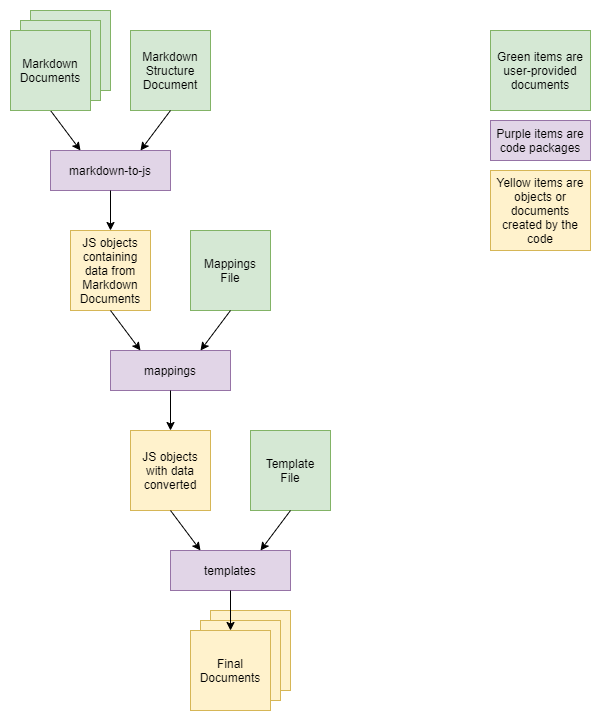
Above: docs/markdown-to-x.png in folkforms/markdown-to-x (draw.io), before the change. Source tidied: cells renumbered, new cells last; positions are measured from the earlier drawing's top-left corner, leaving out a move shared by most shapes.
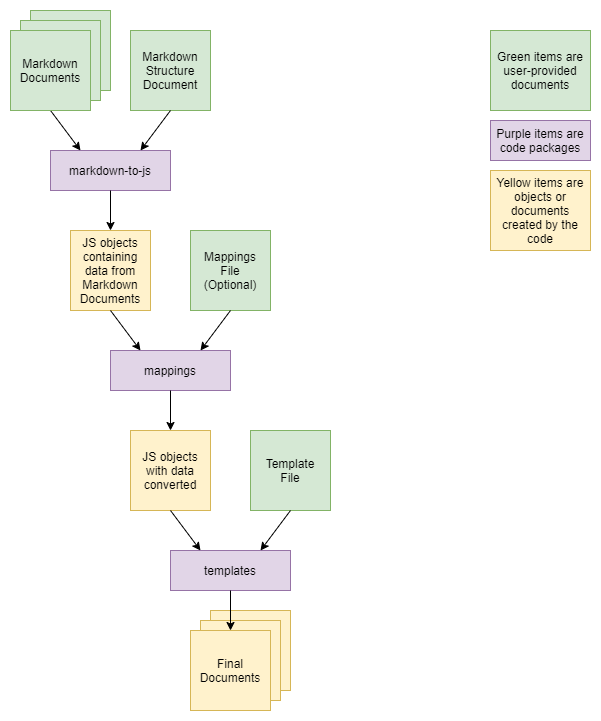
Later version of the same file.

Commit message:
Made 'mappings' optional

What changed in the source:
```diff
@@ -26,7 +26,7 @@
     <mxCell id="9" style="endArrow=classic;html=1;exitX=0.5;exitY=1;exitDx=0;exitDy=0;entryX=0.5;entryY=0;entryDx=0;entryDy=0;" parent="1" edge="1" source="5" target="8">
       <mxGeometry relative="1" as="geometry" />
     </mxCell>
-    <mxCell id="10" value="Mappings&lt;br&gt;File" style="rounded=0;whiteSpace=wrap;html=1;fillColor=#d5e8d4;strokeColor=#82b366;" parent="1" vertex="1">
+    <mxCell id="10" value="Mappings&lt;br&gt;File&lt;br&gt;(Optional)" style="rounded=0;whiteSpace=wrap;html=1;fillColor=#d5e8d4;strokeColor=#82b366;" parent="1" vertex="1">
       <mxGeometry x="190" y="230" width="80" height="80" as="geometry" />
     </mxCell>
     <mxCell id="11" value="mappings" style="rounded=0;whiteSpace=wrap;html=1;fillColor=#e1d5e7;strokeColor=#9673a6;" parent="1" vertex="1">
```
